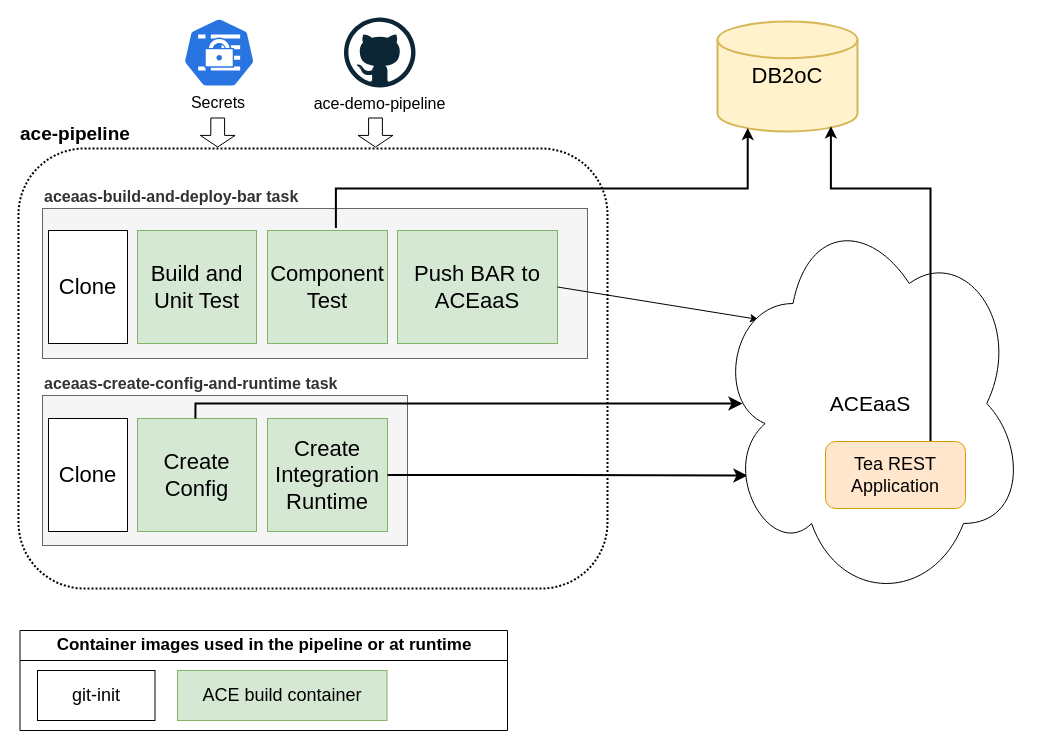
This is demo-infrastructure/images/tekton-aceaas-pipeline.drawio from ot4i/ace-demo-pipeline, a draw.io file, before an edit. Source tidied: cells renumbered, new cells numbered last; positions are measured from the earlier drawing's top-left corner, leaving out a move shared by most shapes. Both pictures are drawn from the tidied source at 100%, with x=0, y=0 at pixel (18, 17).
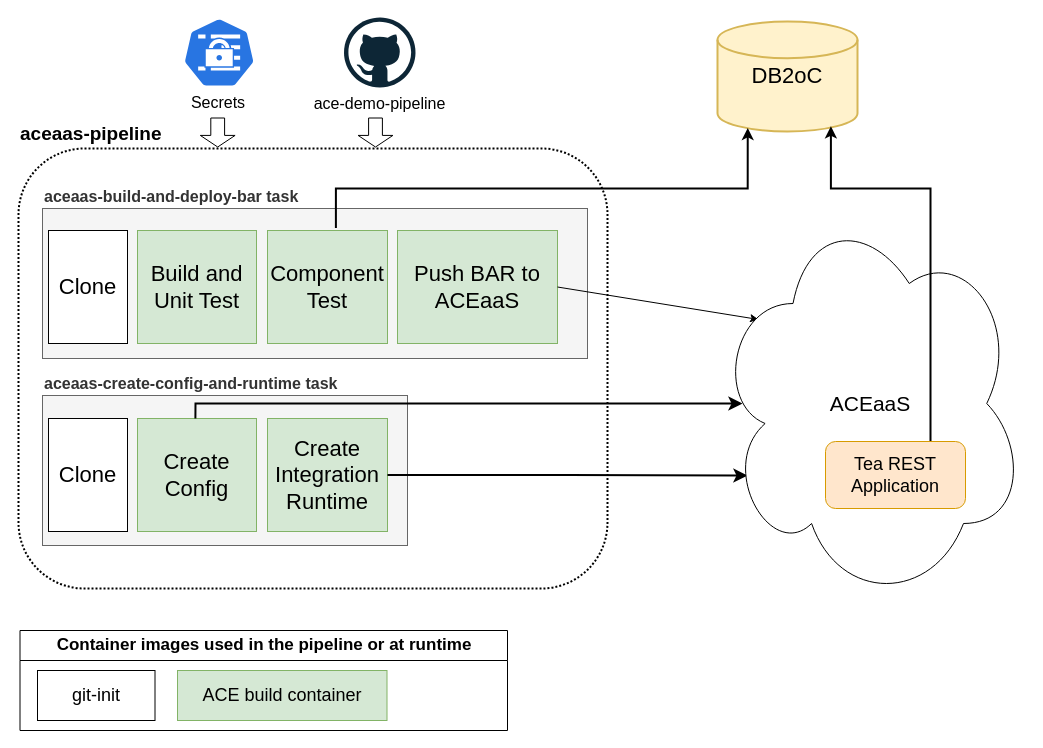
The same page after the edit.

Diff of the diagram source:
```diff
@@
-    <mxCell id="3" value="ace-pipeline" style="rounded=1;whiteSpace=wrap;html=1;labelPosition=center;verticalLabelPosition=top;align=left;verticalAlign=bottom;spacingLeft=0;fontSize=19;dashed=1;dashPattern=1 1;strokeWidth=2;fontStyle=1;" parent="1" vertex="1">
+    <mxCell id="3" value="aceaas-pipeline" style="rounded=1;whiteSpace=wrap;html=1;labelPosition=center;verticalLabelPosition=top;align=left;verticalAlign=bottom;spacingLeft=0;fontSize=19;dashed=1;dashPattern=1 1;strokeWidth=2;fontStyle=1;" parent="1" vertex="1">
       <mxGeometry y="131" width="589" height="440" as="geometry" />
     </mxCell>
```
